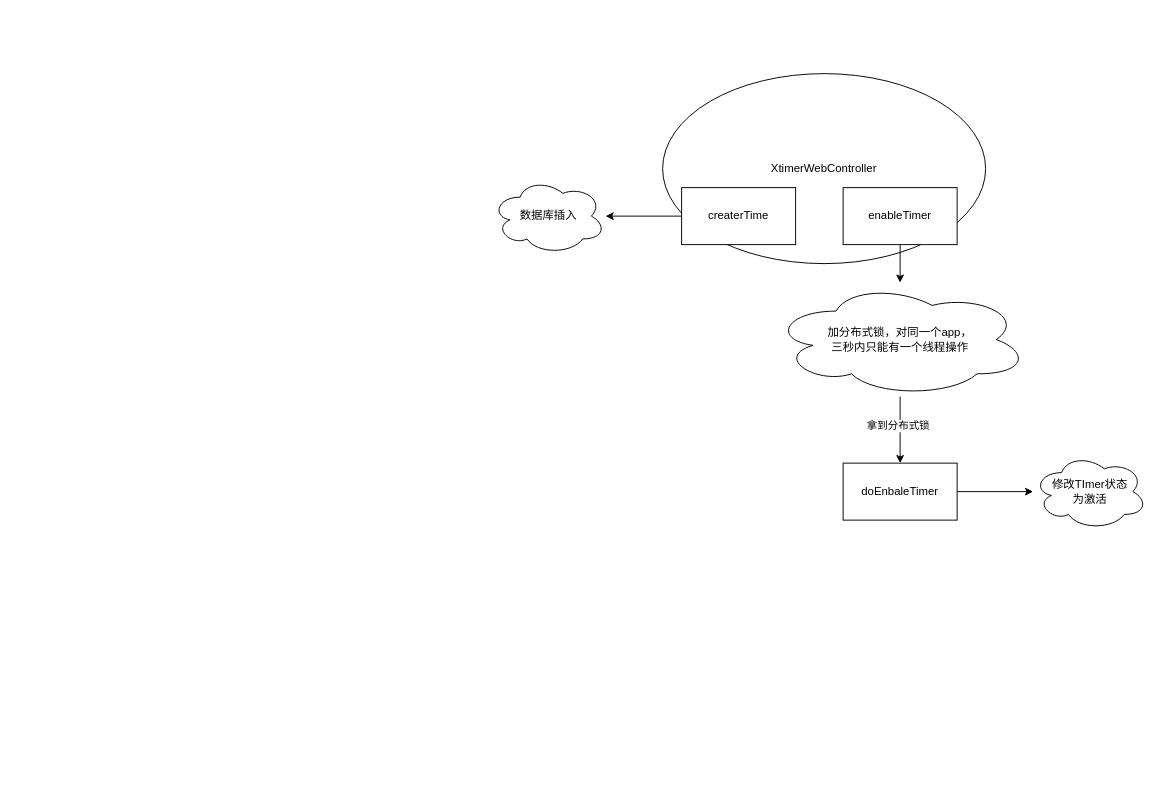
lemonulc/draw keeps this draw.io diagram as xtimer.drawio. Above is the earlier version. Source tidied: cells renumbered, new cells numbered last; positions are measured from the earlier drawing's top-left corner, leaving out a move shared by most shapes. Both pictures are drawn from the tidied source at 95%, with x=0, y=0 at pixel (491, 73).
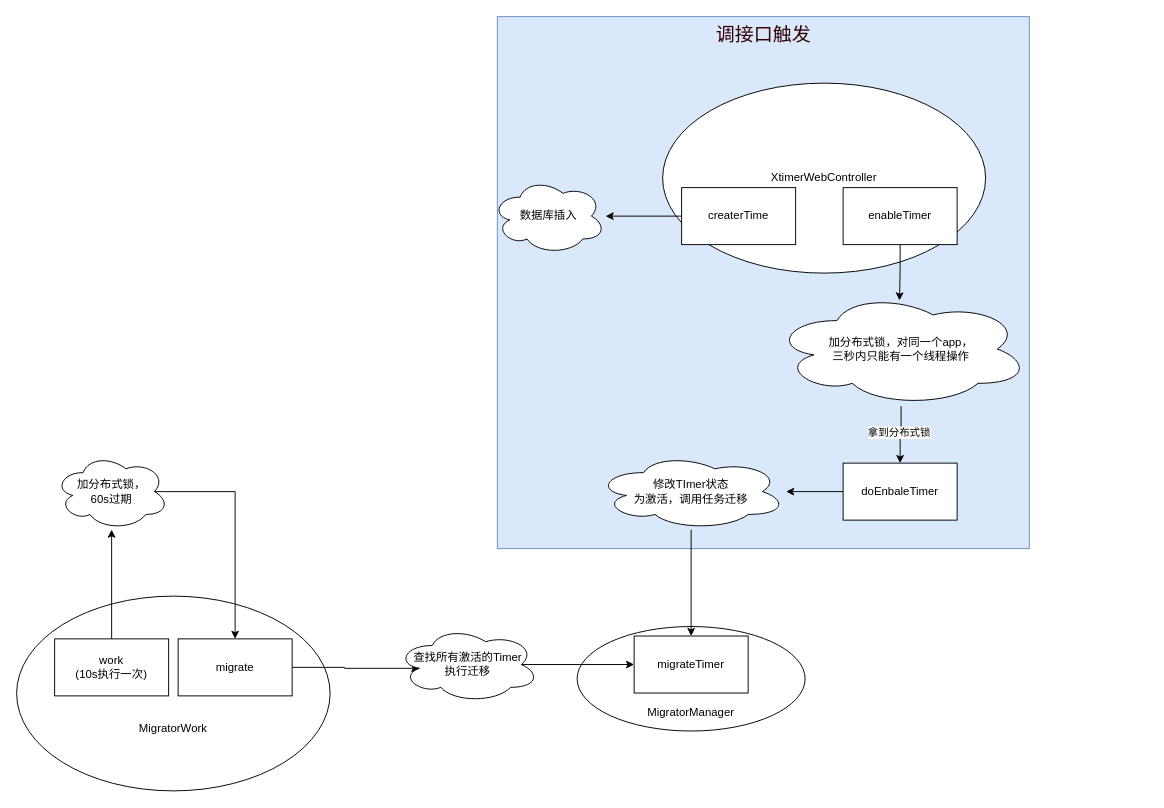
After the change.

The edit, as a diff of the source:
```diff
@@
+    <mxCell id="14" value="调接口触发" style="html=1;align=center;labelPosition=center;verticalLabelPosition=middle;verticalAlign=top;fillColor=#dae8fc;strokeColor=#6c8ebf;spacingBottom=10;labelBorderColor=none;fontSize=20;fontColor=light-dark(#330000,#6CA7FF);" parent="1" vertex="1">
+      <mxGeometry x="6" y="-60" width="560" height="560" as="geometry" />
+    </mxCell>
+    <mxCell id="15" value="XtimerWebController" style="ellipse;whiteSpace=wrap;html=1;" parent="1" vertex="1">
+      <mxGeometry x="180" y="10" width="340" height="200" as="geometry" />
+    </mxCell>
-    <mxCell id="2" value="XtimerWebController" style="ellipse;whiteSpace=wrap;html=1;" parent="1" vertex="1">
-      <mxGeometry x="180" width="340" height="200" as="geometry" />
+    <mxCell id="2" value="&lt;div&gt;&lt;br&gt;&lt;/div&gt;&lt;div&gt;&lt;br&gt;&lt;/div&gt;&lt;div&gt;&lt;br&gt;&lt;/div&gt;&lt;div&gt;&lt;br&gt;&lt;/div&gt;&lt;div&gt;&lt;br&gt;&lt;/div&gt;MigratorManager" style="ellipse;whiteSpace=wrap;html=1;" parent="1" vertex="1">
+      <mxGeometry x="90" y="582" width="240" height="110" as="geometry" />
     </mxCell>
@@
-    <mxCell id="4" value="createrTime" style="rounded=0;whiteSpace=wrap;html=1;" parent="1" vertex="1">
-      <mxGeometry x="200" y="120" width="120" height="60" as="geometry" />
-    </mxCell>
-    <mxCell id="5" style="edgeStyle=orthogonalEdgeStyle;rounded=0;jettySize=auto;html=1;" parent="1" edge="1" source="6" target="10">
+    <mxCell id="5" style="edgeStyle=orthogonalEdgeStyle;rounded=0;jettySize=auto;html=1;entryX=0.494;entryY=0.073;entryDx=0;entryDy=0;entryPerimeter=0;" parent="1" edge="1" source="6" target="10">
       <mxGeometry relative="1" as="geometry" />
     </mxCell>
-    <mxCell id="6" value="enableTimer" style="rounded=0;whiteSpace=wrap;html=1;" parent="1" vertex="1">
-      <mxGeometry x="370" y="120" width="120" height="60" as="geometry" />
-    </mxCell>
@@
     <mxCell id="10" value="加分布式锁，对同一个app，&lt;div&gt;三秒内只能有一个线程操作&lt;/div&gt;" style="ellipse;shape=cloud;whiteSpace=wrap;html=1;rounded=0;" parent="1" vertex="1">
-      <mxGeometry x="295" y="220" width="270" height="120" as="geometry" />
+      <mxGeometry x="296" y="230" width="270" height="120" as="geometry" />
     </mxCell>
@@
+    <mxCell id="16" style="edgeStyle=orthogonalEdgeStyle;rounded=0;jettySize=auto;html=1;" parent="1" edge="1" source="13" target="17">
+      <mxGeometry relative="1" as="geometry" />
+    </mxCell>
-    <mxCell id="13" value="修改TImer状态&lt;div&gt;为激活&lt;/div&gt;" style="ellipse;shape=cloud;whiteSpace=wrap;html=1;rounded=0;" parent="1" vertex="1">
-      <mxGeometry x="570" y="400" width="120" height="80" as="geometry" />
+    <mxCell id="13" value="修改TImer状态&lt;div&gt;为激活，调用任务迁移&lt;/div&gt;" style="ellipse;shape=cloud;whiteSpace=wrap;html=1;rounded=0;" parent="1" vertex="1">
+      <mxGeometry x="110" y="400" width="200" height="80" as="geometry" />
     </mxCell>
+    <mxCell id="4" value="createrTime" style="rounded=0;whiteSpace=wrap;html=1;" parent="1" vertex="1">
+      <mxGeometry x="200" y="120" width="120" height="60" as="geometry" />
+    </mxCell>
+    <mxCell id="6" value="enableTimer" style="rounded=0;whiteSpace=wrap;html=1;" parent="1" vertex="1">
+      <mxGeometry x="370" y="120" width="120" height="60" as="geometry" />
+    </mxCell>
+    <mxCell id="17" value="migrateTimer" style="rounded=0;whiteSpace=wrap;html=1;" parent="1" vertex="1">
+      <mxGeometry x="150" y="592" width="120" height="60" as="geometry" />
+    </mxCell>
+    <mxCell id="18" value="&lt;div&gt;&lt;br&gt;&lt;/div&gt;&lt;div&gt;&lt;br&gt;&lt;/div&gt;&lt;div&gt;&lt;br&gt;&lt;/div&gt;&lt;div&gt;&lt;br&gt;&lt;/div&gt;&lt;div&gt;&lt;br&gt;&lt;/div&gt;MigratorWork" style="ellipse;whiteSpace=wrap;html=1;" parent="1" vertex="1">
+      <mxGeometry x="-500" y="550" width="330" height="205" as="geometry" />
+    </mxCell>
+    <mxCell id="19" style="edgeStyle=orthogonalEdgeStyle;rounded=0;jettySize=auto;html=1;" parent="1" edge="1" source="20" target="22">
+      <mxGeometry relative="1" as="geometry" />
+    </mxCell>
+    <mxCell id="20" value="work&lt;div&gt;(10s执行一次)&lt;/div&gt;" style="rounded=0;whiteSpace=wrap;html=1;" parent="1" vertex="1">
+      <mxGeometry x="-460" y="595" width="120" height="60" as="geometry" />
+    </mxCell>
+    <mxCell id="21" style="edgeStyle=orthogonalEdgeStyle;rounded=0;jettySize=auto;html=1;exitX=0.875;exitY=0.5;exitDx=0;exitDy=0;exitPerimeter=0;" parent="1" edge="1" source="22" target="24">
+      <mxGeometry relative="1" as="geometry" />
+    </mxCell>
+    <mxCell id="22" value="加分布式锁，&lt;div&gt;60s过期&lt;/div&gt;" style="ellipse;shape=cloud;whiteSpace=wrap;html=1;rounded=0;" parent="1" vertex="1">
+      <mxGeometry x="-460" y="400" width="120" height="80" as="geometry" />
+    </mxCell>
+    <mxCell id="23" style="edgeStyle=orthogonalEdgeStyle;rounded=0;jettySize=auto;html=1;entryX=0.16;entryY=0.55;entryDx=0;entryDy=0;entryPerimeter=0;" parent="1" edge="1" source="24" target="26">
+      <mxGeometry relative="1" as="geometry" />
+    </mxCell>
+    <mxCell id="24" value="migrate" style="rounded=0;whiteSpace=wrap;html=1;" parent="1" vertex="1">
+      <mxGeometry x="-330" y="595" width="120" height="60" as="geometry" />
+    </mxCell>
+    <mxCell id="25" style="edgeStyle=orthogonalEdgeStyle;rounded=0;jettySize=auto;html=1;exitX=0.875;exitY=0.5;exitDx=0;exitDy=0;exitPerimeter=0;" parent="1" edge="1" source="26" target="17">
+      <mxGeometry relative="1" as="geometry" />
+    </mxCell>
+    <mxCell id="26" value="查找所有激活的Timer&lt;div&gt;&lt;span style=&quot;background-color: transparent; color: light-dark(rgb(0, 0, 0), rgb(255, 255, 255));&quot;&gt;执行迁移&lt;/span&gt;&lt;/div&gt;" style="ellipse;shape=cloud;whiteSpace=wrap;html=1;rounded=0;" parent="1" vertex="1">
+      <mxGeometry x="-100" y="582" width="150" height="80" as="geometry" />
+    </mxCell>
```
